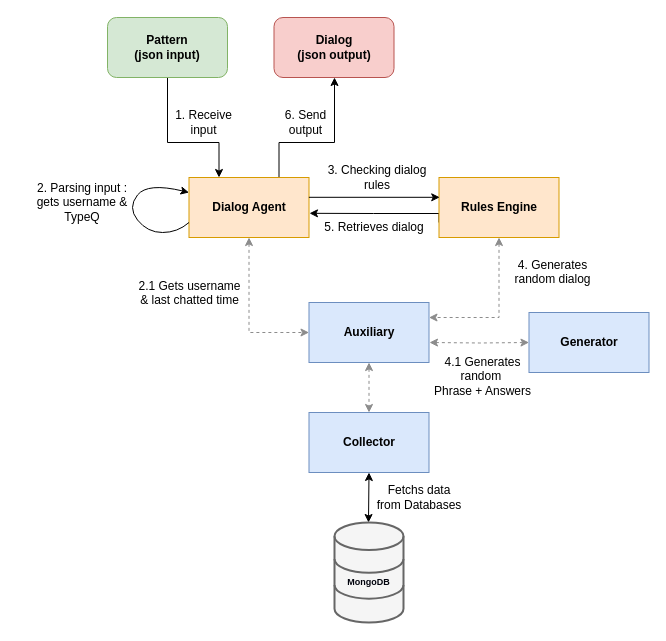
diisnc/Dialog_Agent_1819 keeps this draw.io diagram as Report/images/dialog_manager_arch.drawio. Above is the earlier version. Source tidied: cells renumbered, new cells numbered last; positions are measured from the earlier drawing's top-left corner, leaving out a move shared by most shapes. Both pictures are drawn from the tidied source at 100%, with x=0, y=0 at pixel (17, 17).
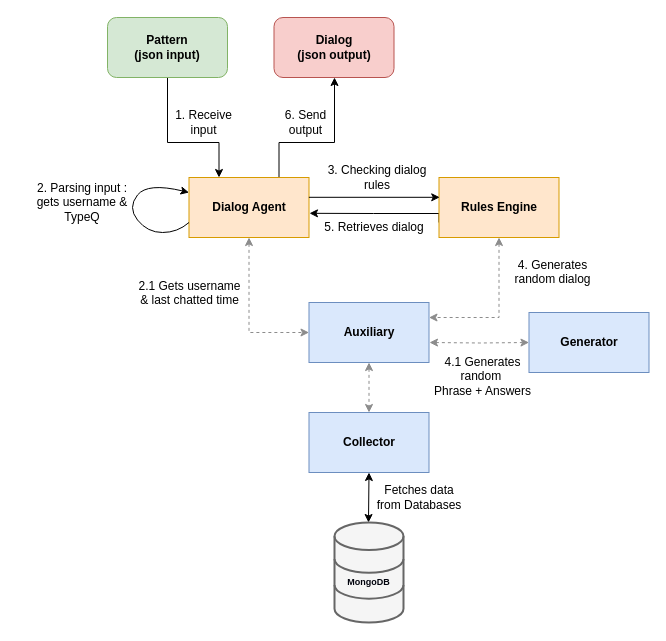
After the change.

Commit message:
update dialog manager architecture

The edit, as a diff of the source:
```diff
@@
-    <mxCell id="16" value="Fetchs data&lt;br&gt;from Databases&lt;br&gt;" style="text;html=1;strokeColor=none;fillColor=none;align=center;verticalAlign=middle;whiteSpace=wrap;rounded=0;shadow=0;" parent="1" vertex="1">
+    <mxCell id="16" value="Fetches data&lt;br&gt;from Databases" style="text;html=1;strokeColor=none;fillColor=none;align=center;verticalAlign=middle;whiteSpace=wrap;rounded=0;shadow=0;" parent="1" vertex="1">
       <mxGeometry x="356.5" y="470" width="90" height="20" as="geometry" />
     </mxCell>
```
